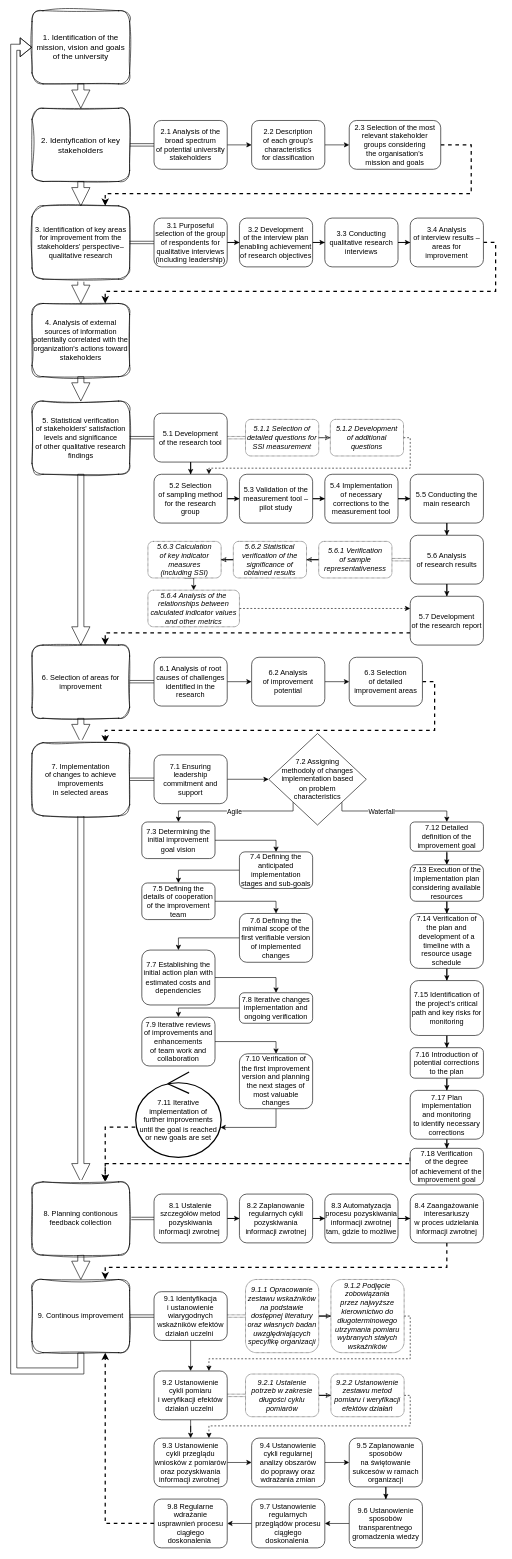
Above: monography_materials/FiguresFiles/Model SSDQM_full_ENG.drawio in JeanPaulSzefler/doktorat_git (draw.io), before the change. Source tidied: cells renumbered, new cells numbered last; positions are measured from the earlier drawing's top-left corner, leaving out a move shared by most shapes. Both pictures are drawn from the tidied source at 61%, with x=0, y=0 at pixel (13, 10).
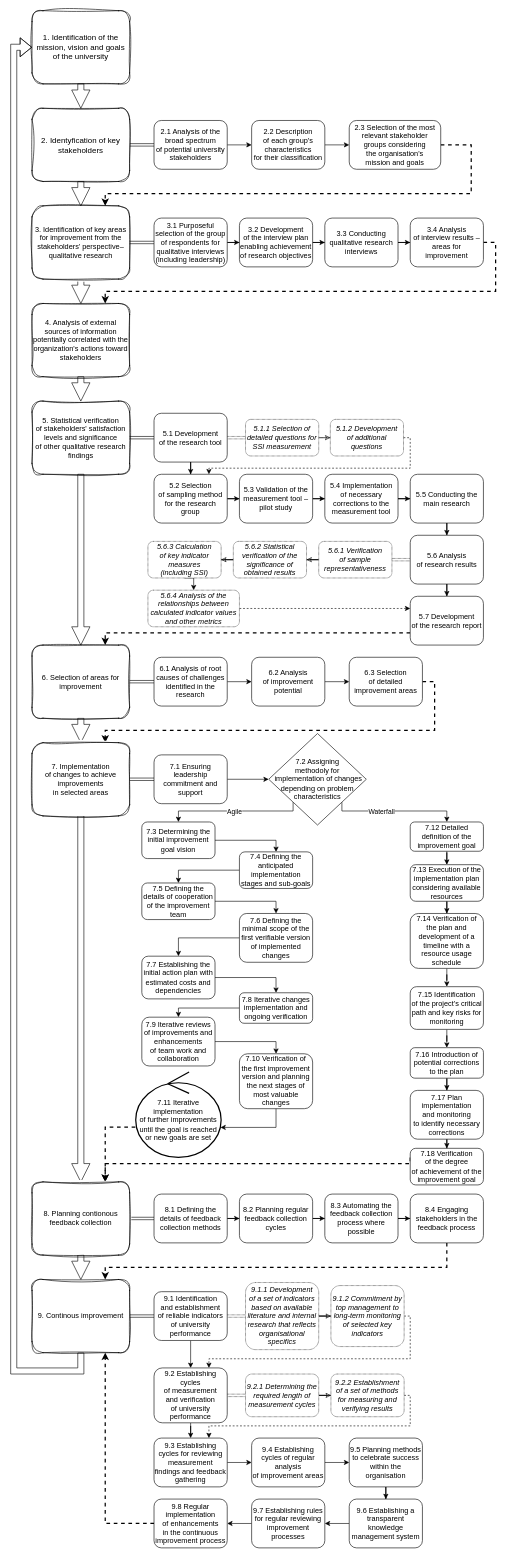
The same diagram, later.

Commit message (it also covers changes not shown here):
Monography_0.1 finished translation of the full SSDQM diagram

What changed in the source:
```diff
@@
-    <mxCell id="20" value="2.2 Description &lt;br&gt;of each group's characteristics &lt;br&gt;for classification" style="whiteSpace=wrap;html=1;rounded=1;" parent="1" vertex="1">
+    <mxCell id="20" value="2.2 Description &lt;br&gt;of each group's characteristics &lt;br&gt;for their classification" style="whiteSpace=wrap;html=1;rounded=1;" parent="1" vertex="1">
       <mxGeometry x="390" y="180" width="120" height="80" as="geometry" />
     </mxCell>
@@
-    <mxCell id="75" value="7.2 Assigning &lt;br&gt;methodoly of changes implementation based &lt;br&gt;on problem &lt;br&gt;characteristics" style="rhombus;whiteSpace=wrap;html=1;" parent="1" vertex="1">
+    <mxCell id="75" value="7.2 Assigning &lt;br&gt;methodoly for&lt;br&gt;&amp;nbsp;implementation of changes depending on problem &lt;br&gt;characteristics" style="rhombus;whiteSpace=wrap;html=1;" parent="1" vertex="1">
       <mxGeometry x="418" y="1185" width="160" height="150" as="geometry" />
     </mxCell>
@@
     <mxCell id="85" value="7.7 Establishing the initial action plan with estimated costs and dependencies" style="rounded=1;whiteSpace=wrap;html=1;" parent="1" vertex="1">
-      <mxGeometry x="210" y="1540" width="120" height="90" as="geometry" />
+      <mxGeometry x="210" y="1550" width="120" height="70" as="geometry" />
     </mxCell>
@@
-    <mxCell id="92" value="7.11 Iterative implementation of &lt;br&gt;further improvements until the goal is reached or new goals are set" style="ellipse;shape=umlControl;whiteSpace=wrap;html=1;strokeWidth=2;" parent="1" vertex="1">
+    <mxCell id="92" value="7.11 Iterative implementation &lt;br&gt;of further improvements until the goal is reached or new goals are set" style="ellipse;shape=umlControl;whiteSpace=wrap;html=1;strokeWidth=2;" parent="1" vertex="1">
       <mxGeometry x="200" y="1740" width="140" height="140" as="geometry" />
     </mxCell>
@@
-    <mxCell id="100" value="7.15 Identification of the project’s critical path and key risks for monitoring" style="rounded=1;whiteSpace=wrap;html=1;" parent="1" vertex="1">
-      <mxGeometry x="650" y="1590" width="120" height="90" as="geometry" />
+    <mxCell id="100" value="7.15 Identification &lt;br&gt;of the project’s critical path and key risks for monitoring" style="rounded=1;whiteSpace=wrap;html=1;" parent="1" vertex="1">
+      <mxGeometry x="650" y="1600" width="120" height="70" as="geometry" />
     </mxCell>
@@
-    <mxCell id="111" value="8.1 Ustalenie szczegółów metod pozyskiwania informacji zwrotnej&amp;nbsp;" style="rounded=1;whiteSpace=wrap;html=1;" parent="1" vertex="1">
+    <mxCell id="111" value="8.1 Defining the details of feedback collection methods" style="rounded=1;whiteSpace=wrap;html=1;" parent="1" vertex="1">
       <mxGeometry x="230" y="1940" width="120" height="80" as="geometry" />
     </mxCell>
@@
-    <mxCell id="113" value="8.2 Zaplanowanie regularnych cykli pozyskiwania informacji zwrotnej" style="rounded=1;whiteSpace=wrap;html=1;" parent="1" vertex="1">
+    <mxCell id="113" value="8.2 Planning regular feedback collection cycles" style="rounded=1;whiteSpace=wrap;html=1;" parent="1" vertex="1">
       <mxGeometry x="370" y="1940" width="120" height="80" as="geometry" />
     </mxCell>
@@
-    <mxCell id="115" value="8.3 Automatyzacja procesu pozyskiwania informacji zwrotnej tam, gdzie to możliwe" style="rounded=1;whiteSpace=wrap;html=1;" parent="1" vertex="1">
+    <mxCell id="115" value="8.3 Automating the feedback collection process where possible" style="rounded=1;whiteSpace=wrap;html=1;" parent="1" vertex="1">
       <mxGeometry x="510" y="1940" width="120" height="80" as="geometry" />
     </mxCell>
@@
-    <mxCell id="117" value="8.4 Zaangażowanie interesariuszy &lt;br&gt;w proces udzielania informacji zwrotnej" style="rounded=1;whiteSpace=wrap;html=1;" parent="1" vertex="1">
+    <mxCell id="117" value="8.4 Engaging stakeholders in the feedback process" style="rounded=1;whiteSpace=wrap;html=1;" parent="1" vertex="1">
       <mxGeometry x="650" y="1940" width="120" height="80" as="geometry" />
     </mxCell>
@@
-    <mxCell id="123" value="9.1 Identyfikacja&lt;br&gt;i ustanowienie wiarygodnych wskaźników&amp;nbsp;efektów działań uczelni&amp;nbsp;" style="rounded=1;whiteSpace=wrap;html=1;" parent="1" vertex="1">
+    <mxCell id="123" value="9.1 Identification &lt;br&gt;and establishment &lt;br&gt;of reliable indicators of university performance" style="rounded=1;whiteSpace=wrap;html=1;" parent="1" vertex="1">
       <mxGeometry x="230" y="2100" width="120" height="80" as="geometry" />
     </mxCell>
@@
-    <mxCell id="125" value="&lt;i&gt;9.1.1 Opracowanie zestawu wskaźników na podstawie dostępnej literatury oraz własnych badan uwzględniających specyfikę organizacji&lt;/i&gt;" style="whiteSpace=wrap;html=1;rounded=1;dashed=1;dashPattern=1 1;" parent="1" vertex="1">
-      <mxGeometry x="380" y="2080" width="120" height="120" as="geometry" />
+    <mxCell id="125" value="&lt;i&gt;9.1.1&amp;nbsp;Development &lt;br&gt;of a set of indicators based on available literature and internal research that reflects organisational specifics&lt;/i&gt;" style="whiteSpace=wrap;html=1;rounded=1;dashed=1;dashPattern=1 1;" parent="1" vertex="1">
+      <mxGeometry x="380" y="2085" width="120" height="110" as="geometry" />
     </mxCell>
@@
-    <mxCell id="127" value="&lt;i&gt;9.1.2 Podjęcie zobowiązania &lt;br&gt;przez najwyższe kierownictwo do długoterminowego utrzymania pomiaru wybranych stałych wskaźników&lt;/i&gt;" style="whiteSpace=wrap;html=1;rounded=1;dashed=1;dashPattern=1 1;" parent="1" vertex="1">
-      <mxGeometry x="520" y="2080" width="120" height="120" as="geometry" />
+    <mxCell id="127" value="&lt;i&gt;9.1.2&amp;nbsp;Commitment by top management to long-term monitoring of selected key indicators&lt;/i&gt;" style="whiteSpace=wrap;html=1;rounded=1;dashed=1;dashPattern=1 1;" parent="1" vertex="1">
+      <mxGeometry x="520" y="2090" width="120" height="100" as="geometry" />
     </mxCell>
@@
-    <mxCell id="130" value="9.2 Ustanowienie cykli pomiaru &lt;br&gt;i weryfikacji efektów działań uczelni&amp;nbsp;" style="rounded=1;whiteSpace=wrap;html=1;" parent="1" vertex="1">
-      <mxGeometry x="230" y="2230" width="120" height="80" as="geometry" />
+    <mxCell id="130" value="9.2 Establishing cycles &lt;br&gt;of measurement &lt;br&gt;and verification &lt;br&gt;of university performance" style="rounded=1;whiteSpace=wrap;html=1;" parent="1" vertex="1">
+      <mxGeometry x="230" y="2225" width="120" height="90" as="geometry" />
     </mxCell>
@@
-    <mxCell id="132" value="&lt;i&gt;9.2.1 Ustalenie potrzeb w zakresie długości cyklu pomiarów&lt;/i&gt;" style="rounded=1;whiteSpace=wrap;html=1;dashed=1;dashPattern=1 1;" parent="1" vertex="1">
+    <mxCell id="132" value="&lt;i&gt;9.2.1&amp;nbsp;Determining the required length of measurement cycles&lt;/i&gt;" style="rounded=1;whiteSpace=wrap;html=1;dashed=1;dashPattern=1 1;" parent="1" vertex="1">
       <mxGeometry x="380" y="2235" width="120" height="70" as="geometry" />
     </mxCell>
@@
-    <mxCell id="134" value="&lt;i&gt;9.2.2 Ustanowienie zestawu metod pomiaru&amp;nbsp;i weryfikacji efektów działań&lt;/i&gt;" style="rounded=1;whiteSpace=wrap;html=1;dashed=1;dashPattern=1 1;" parent="1" vertex="1">
+    <mxCell id="134" value="&lt;i&gt;9.2.2&amp;nbsp;Establishment of a set of methods for measuring and verifying results&lt;/i&gt;" style="rounded=1;whiteSpace=wrap;html=1;dashed=1;dashPattern=1 1;" parent="1" vertex="1">
       <mxGeometry x="520" y="2235" width="120" height="70" as="geometry" />
     </mxCell>
@@
-    <mxCell id="136" value="9.3 Ustanowienie cykli przeglądu wniosków z pomiarów oraz pozyskiwania informacji zwrotnej&amp;nbsp;" style="rounded=1;whiteSpace=wrap;html=1;" parent="1" vertex="1">
+    <mxCell id="136" value="9.3 Establishing cycles for reviewing measurement findings and feedback gathering" style="rounded=1;whiteSpace=wrap;html=1;" parent="1" vertex="1">
       <mxGeometry x="230" y="2340" width="120" height="80" as="geometry" />
     </mxCell>
@@
-    <mxCell id="138" value="9.4 Ustanowienie cykli regularnej analizy obszarów&lt;br&gt;do poprawy oraz wdrażania zmian" style="rounded=1;whiteSpace=wrap;html=1;" parent="1" vertex="1">
+    <mxCell id="138" value="9.4 Establishing cycles of regular analysis &lt;br&gt;of improvement areas" style="rounded=1;whiteSpace=wrap;html=1;" parent="1" vertex="1">
       <mxGeometry x="390" y="2340" width="120" height="80" as="geometry" />
     </mxCell>
@@
-    <mxCell id="140" value="9.5 Zaplanowanie sposobów &lt;br&gt;na świętowanie sukcesów w ramach organizacji" style="rounded=1;whiteSpace=wrap;html=1;" parent="1" vertex="1">
+    <mxCell id="140" value="9.5 Planning methods to celebrate success within the organisation" style="rounded=1;whiteSpace=wrap;html=1;" parent="1" vertex="1">
       <mxGeometry x="550" y="2340" width="120" height="80" as="geometry" />
     </mxCell>
@@
-    <mxCell id="142" value="9.6 Ustanowienie sposobów transparentnego gromadzenia wiedzy" style="rounded=1;whiteSpace=wrap;html=1;" parent="1" vertex="1">
+    <mxCell id="142" value="9.6 Establishing a transparent knowledge management system" style="rounded=1;whiteSpace=wrap;html=1;" parent="1" vertex="1">
       <mxGeometry x="550" y="2440" width="120" height="80" as="geometry" />
     </mxCell>
@@
-    <mxCell id="144" value="9.7 Ustanowienie regularnych przeglądów procesu ciągłego doskonalenia&amp;nbsp;" style="rounded=1;whiteSpace=wrap;html=1;" parent="1" vertex="1">
+    <mxCell id="144" value="9.7 Establishing rules for regular&amp;nbsp;reviewing improvement processes" style="rounded=1;whiteSpace=wrap;html=1;" parent="1" vertex="1">
       <mxGeometry x="390" y="2440" width="120" height="80" as="geometry" />
     </mxCell>
@@
-    <mxCell id="146" value="9.8 Regularne wdrażanie usprawnień procesu ciągłego doskonalenia&amp;nbsp;" style="rounded=1;whiteSpace=wrap;html=1;" parent="1" vertex="1">
+    <mxCell id="146" value="9.8 Regular implementation &lt;br&gt;of enhancements &lt;br&gt;in the continuous improvement process" style="rounded=1;whiteSpace=wrap;html=1;" parent="1" vertex="1">
       <mxGeometry x="230" y="2440" width="120" height="80" as="geometry" />
     </mxCell>
```
